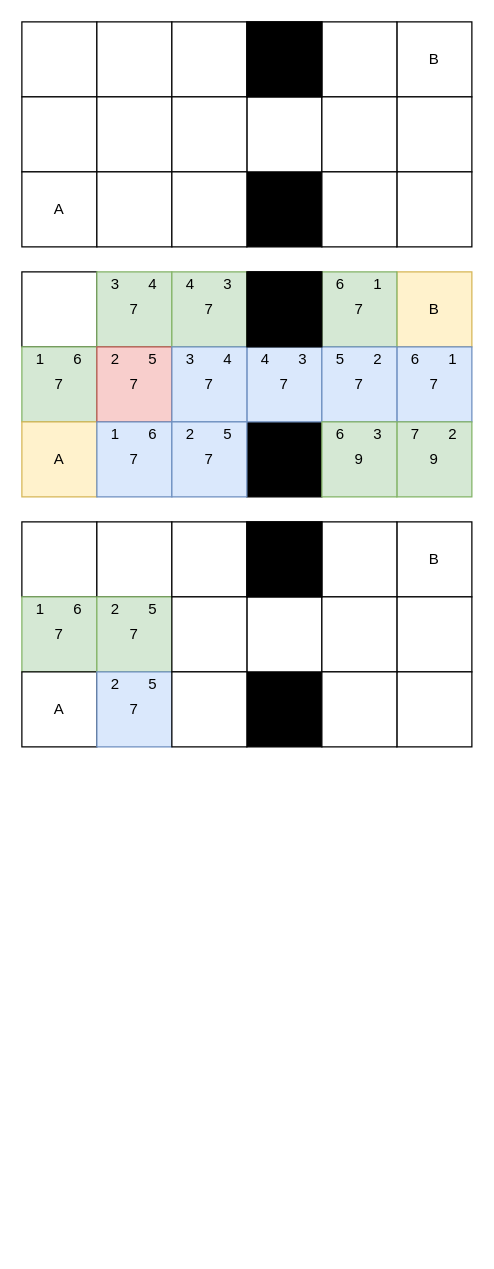
Above: draw.io/A*.drawio in bezmuth/civ-like-a (draw.io), before the change. Source tidied: cells renumbered, new cells numbered last; positions are measured from the earlier drawing's top-left corner, leaving out a move shared by most shapes. Both pictures are drawn from the tidied source at 125%, with x=0, y=0 at pixel (21, 21).
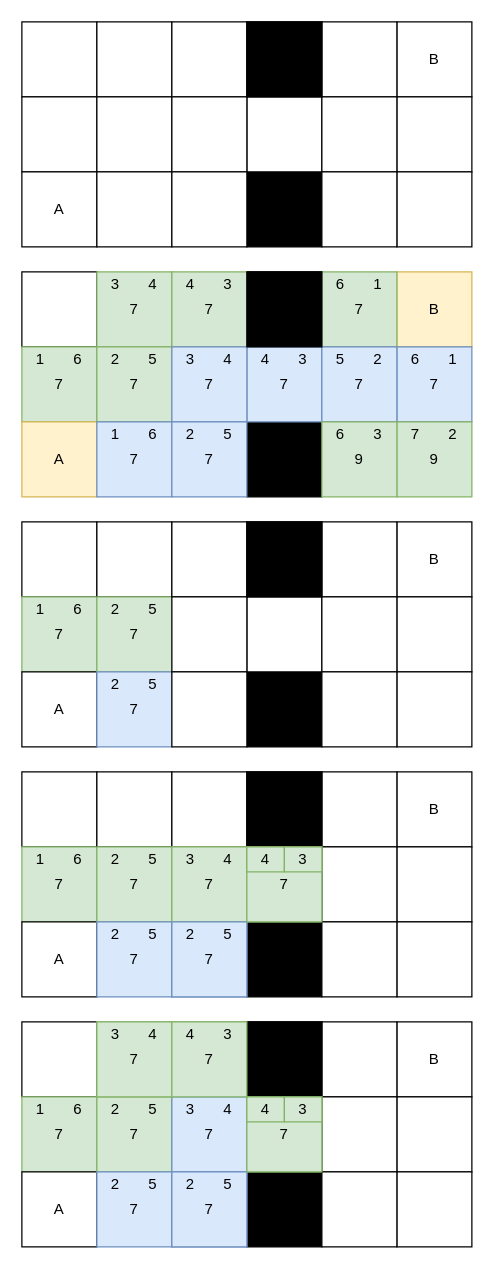
The same diagram, later.

The edit, as a diff of the source:
```diff
@@
-    <mxCell id="6" value="7" style="rounded=0;whiteSpace=wrap;html=1;fillColor=#f8cecc;strokeColor=#b85450;" parent="1" vertex="1">
+    <mxCell id="6" value="7" style="rounded=0;whiteSpace=wrap;html=1;fillColor=#d5e8d4;strokeColor=#82b366;" parent="1" vertex="1">
       <mxGeometry x="60" y="260" width="60" height="60" as="geometry" />
     </mxCell>
@@
+    <mxCell id="91" style="rounded=0;whiteSpace=wrap;html=1;" parent="1" vertex="1">
+      <mxGeometry y="600" width="60" height="60" as="geometry" />
+    </mxCell>
+    <mxCell id="92" value="7" style="rounded=0;whiteSpace=wrap;html=1;fillColor=#d5e8d4;strokeColor=#82b366;" parent="1" vertex="1">
+      <mxGeometry y="660" width="60" height="60" as="geometry" />
+    </mxCell>
+    <mxCell id="93" value="A" style="rounded=0;whiteSpace=wrap;html=1;" parent="1" vertex="1">
+      <mxGeometry y="720" width="60" height="60" as="geometry" />
+    </mxCell>
+    <mxCell id="94" style="rounded=0;whiteSpace=wrap;html=1;" parent="1" vertex="1">
+      <mxGeometry x="60" y="600" width="60" height="60" as="geometry" />
+    </mxCell>
+    <mxCell id="95" value="7" style="rounded=0;whiteSpace=wrap;html=1;fillColor=#d5e8d4;strokeColor=#82b366;" parent="1" vertex="1">
+      <mxGeometry x="60" y="660" width="60" height="60" as="geometry" />
+    </mxCell>
+    <mxCell id="96" value="7" style="rounded=0;whiteSpace=wrap;html=1;fillColor=#dae8fc;strokeColor=#6c8ebf;" parent="1" vertex="1">
+      <mxGeometry x="60" y="720" width="60" height="60" as="geometry" />
+    </mxCell>
+    <mxCell id="97" style="rounded=0;whiteSpace=wrap;html=1;" parent="1" vertex="1">
+      <mxGeometry x="180" y="600" width="60" height="60" as="geometry" />
+    </mxCell>
+    <mxCell id="98" style="rounded=0;whiteSpace=wrap;html=1;fillColor=#000000;" parent="1" vertex="1">
+      <mxGeometry x="180" y="720" width="60" height="60" as="geometry" />
+    </mxCell>
+    <mxCell id="99" style="rounded=0;whiteSpace=wrap;html=1;fillColor=#d5e8d4;strokeColor=#82b366;" parent="1" vertex="1">
+      <mxGeometry x="180" y="660" width="60" height="60" as="geometry" />
+    </mxCell>
+    <mxCell id="100" style="rounded=0;whiteSpace=wrap;html=1;" parent="1" vertex="1">
+      <mxGeometry x="120" y="600" width="60" height="60" as="geometry" />
+    </mxCell>
+    <mxCell id="101" style="rounded=0;whiteSpace=wrap;html=1;fillColor=#d5e8d4;strokeColor=#82b366;" parent="1" vertex="1">
+      <mxGeometry x="120" y="660" width="60" height="60" as="geometry" />
+    </mxCell>
+    <mxCell id="102" style="rounded=0;whiteSpace=wrap;html=1;fillColor=#dae8fc;strokeColor=#6c8ebf;" parent="1" vertex="1">
+      <mxGeometry x="120" y="720" width="60" height="60" as="geometry" />
+    </mxCell>
+    <mxCell id="103" value="B" style="rounded=0;whiteSpace=wrap;html=1;" parent="1" vertex="1">
+      <mxGeometry x="300" y="600" width="60" height="60" as="geometry" />
+    </mxCell>
+    <mxCell id="104" style="rounded=0;whiteSpace=wrap;html=1;" parent="1" vertex="1">
+      <mxGeometry x="300" y="660" width="60" height="60" as="geometry" />
+    </mxCell>
+    <mxCell id="105" style="rounded=0;whiteSpace=wrap;html=1;" parent="1" vertex="1">
+      <mxGeometry x="300" y="720" width="60" height="60" as="geometry" />
+    </mxCell>
+    <mxCell id="106" style="rounded=0;whiteSpace=wrap;html=1;" parent="1" vertex="1">
+      <mxGeometry x="240" y="600" width="60" height="60" as="geometry" />
+    </mxCell>
+    <mxCell id="107" style="rounded=0;whiteSpace=wrap;html=1;" parent="1" vertex="1">
+      <mxGeometry x="240" y="660" width="60" height="60" as="geometry" />
+    </mxCell>
+    <mxCell id="108" style="rounded=0;whiteSpace=wrap;html=1;" parent="1" vertex="1">
+      <mxGeometry x="240" y="720" width="60" height="60" as="geometry" />
+    </mxCell>
+    <mxCell id="109" style="rounded=0;whiteSpace=wrap;html=1;fillColor=#000000;" parent="1" vertex="1">
+      <mxGeometry x="180" y="600" width="60" height="60" as="geometry" />
+    </mxCell>
+    <mxCell id="110" value="1" style="text;html=1;strokeColor=none;fillColor=none;align=center;verticalAlign=middle;whiteSpace=wrap;rounded=0;" parent="1" vertex="1">
+      <mxGeometry y="660" width="30" height="20" as="geometry" />
+    </mxCell>
+    <mxCell id="111" value="6" style="text;html=1;strokeColor=none;fillColor=none;align=center;verticalAlign=middle;whiteSpace=wrap;rounded=0;" parent="1" vertex="1">
+      <mxGeometry x="30" y="660" width="30" height="20" as="geometry" />
+    </mxCell>
+    <mxCell id="112" value="2" style="text;html=1;strokeColor=none;fillColor=none;align=center;verticalAlign=middle;whiteSpace=wrap;rounded=0;" parent="1" vertex="1">
+      <mxGeometry x="60" y="660" width="30" height="20" as="geometry" />
+    </mxCell>
+    <mxCell id="113" value="5" style="text;html=1;strokeColor=none;fillColor=none;align=center;verticalAlign=middle;whiteSpace=wrap;rounded=0;" parent="1" vertex="1">
+      <mxGeometry x="90" y="660" width="30" height="20" as="geometry" />
+    </mxCell>
+    <mxCell id="114" value="2" style="text;html=1;strokeColor=none;fillColor=none;align=center;verticalAlign=middle;whiteSpace=wrap;rounded=0;" parent="1" vertex="1">
+      <mxGeometry x="60" y="720" width="30" height="20" as="geometry" />
+    </mxCell>
+    <mxCell id="115" value="5" style="text;html=1;strokeColor=none;fillColor=none;align=center;verticalAlign=middle;whiteSpace=wrap;rounded=0;" parent="1" vertex="1">
+      <mxGeometry x="90" y="720" width="30" height="20" as="geometry" />
+    </mxCell>
+    <mxCell id="116" value="7" style="rounded=0;whiteSpace=wrap;html=1;fillColor=#d5e8d4;strokeColor=#82b366;" parent="1" vertex="1">
+      <mxGeometry x="120" y="660" width="60" height="60" as="geometry" />
+    </mxCell>
+    <mxCell id="117" value="3" style="text;html=1;strokeColor=none;fillColor=none;align=center;verticalAlign=middle;whiteSpace=wrap;rounded=0;" parent="1" vertex="1">
+      <mxGeometry x="120" y="660" width="30" height="20" as="geometry" />
+    </mxCell>
+    <mxCell id="118" value="4" style="text;html=1;strokeColor=none;fillColor=none;align=center;verticalAlign=middle;whiteSpace=wrap;rounded=0;" parent="1" vertex="1">
+      <mxGeometry x="150" y="660" width="30" height="20" as="geometry" />
+    </mxCell>
+    <mxCell id="119" value="7" style="rounded=0;whiteSpace=wrap;html=1;fillColor=#dae8fc;strokeColor=#6c8ebf;" parent="1" vertex="1">
+      <mxGeometry x="120" y="720" width="60" height="60" as="geometry" />
+    </mxCell>
+    <mxCell id="120" value="2" style="text;html=1;strokeColor=none;fillColor=none;align=center;verticalAlign=middle;whiteSpace=wrap;rounded=0;" parent="1" vertex="1">
+      <mxGeometry x="120" y="720" width="30" height="20" as="geometry" />
+    </mxCell>
+    <mxCell id="121" value="5" style="text;html=1;strokeColor=none;fillColor=none;align=center;verticalAlign=middle;whiteSpace=wrap;rounded=0;" parent="1" vertex="1">
+      <mxGeometry x="150" y="720" width="30" height="20" as="geometry" />
+    </mxCell>
+    <mxCell id="122" value="7" style="rounded=0;whiteSpace=wrap;html=1;fillColor=#d5e8d4;strokeColor=#82b366;" parent="1" vertex="1">
+      <mxGeometry x="180" y="660" width="60" height="60" as="geometry" />
+    </mxCell>
+    <mxCell id="123" value="4" style="text;html=1;strokeColor=#82b366;fillColor=#d5e8d4;align=center;verticalAlign=middle;whiteSpace=wrap;rounded=0;" parent="1" vertex="1">
+      <mxGeometry x="180" y="660" width="30" height="20" as="geometry" />
+    </mxCell>
+    <mxCell id="124" value="3" style="text;html=1;strokeColor=#82b366;fillColor=#d5e8d4;align=center;verticalAlign=middle;whiteSpace=wrap;rounded=0;" parent="1" vertex="1">
+      <mxGeometry x="210" y="660" width="30" height="20" as="geometry" />
+    </mxCell>
+    <mxCell id="125" style="rounded=0;whiteSpace=wrap;html=1;" parent="1" vertex="1">
+      <mxGeometry y="800" width="60" height="60" as="geometry" />
+    </mxCell>
+    <mxCell id="126" value="7" style="rounded=0;whiteSpace=wrap;html=1;fillColor=#d5e8d4;strokeColor=#82b366;" parent="1" vertex="1">
+      <mxGeometry y="860" width="60" height="60" as="geometry" />
+    </mxCell>
+    <mxCell id="127" value="A" style="rounded=0;whiteSpace=wrap;html=1;" parent="1" vertex="1">
+      <mxGeometry y="920" width="60" height="60" as="geometry" />
+    </mxCell>
+    <mxCell id="128" style="rounded=0;whiteSpace=wrap;html=1;fillColor=#d5e8d4;strokeColor=#82b366;" parent="1" vertex="1">
+      <mxGeometry x="60" y="800" width="60" height="60" as="geometry" />
+    </mxCell>
+    <mxCell id="129" value="7" style="rounded=0;whiteSpace=wrap;html=1;fillColor=#d5e8d4;strokeColor=#82b366;" parent="1" vertex="1">
+      <mxGeometry x="60" y="860" width="60" height="60" as="geometry" />
+    </mxCell>
+    <mxCell id="130" value="7" style="rounded=0;whiteSpace=wrap;html=1;fillColor=#dae8fc;strokeColor=#6c8ebf;" parent="1" vertex="1">
+      <mxGeometry x="60" y="920" width="60" height="60" as="geometry" />
+    </mxCell>
+    <mxCell id="131" style="rounded=0;whiteSpace=wrap;html=1;" parent="1" vertex="1">
+      <mxGeometry x="180" y="800" width="60" height="60" as="geometry" />
+    </mxCell>
+    <mxCell id="132" style="rounded=0;whiteSpace=wrap;html=1;fillColor=#000000;" parent="1" vertex="1">
+      <mxGeometry x="180" y="920" width="60" height="60" as="geometry" />
+    </mxCell>
+    <mxCell id="133" style="rounded=0;whiteSpace=wrap;html=1;fillColor=#d5e8d4;strokeColor=#82b366;" parent="1" vertex="1">
+      <mxGeometry x="180" y="860" width="60" height="60" as="geometry" />
+    </mxCell>
+    <mxCell id="134" style="rounded=0;whiteSpace=wrap;html=1;fillColor=#d5e8d4;strokeColor=#82b366;" parent="1" vertex="1">
+      <mxGeometry x="120" y="800" width="60" height="60" as="geometry" />
+    </mxCell>
+    <mxCell id="135" style="rounded=0;whiteSpace=wrap;html=1;fillColor=#d5e8d4;strokeColor=#82b366;" parent="1" vertex="1">
+      <mxGeometry x="120" y="860" width="60" height="60" as="geometry" />
+    </mxCell>
+    <mxCell id="136" style="rounded=0;whiteSpace=wrap;html=1;fillColor=#dae8fc;strokeColor=#6c8ebf;" parent="1" vertex="1">
+      <mxGeometry x="120" y="920" width="60" height="60" as="geometry" />
+    </mxCell>
+    <mxCell id="137" value="B" style="rounded=0;whiteSpace=wrap;html=1;" parent="1" vertex="1">
+      <mxGeometry x="300" y="800" width="60" height="60" as="geometry" />
+    </mxCell>
+    <mxCell id="138" style="rounded=0;whiteSpace=wrap;html=1;" parent="1" vertex="1">
+      <mxGeometry x="300" y="860" width="60" height="60" as="geometry" />
+    </mxCell>
+    <mxCell id="139" style="rounded=0;whiteSpace=wrap;html=1;" parent="1" vertex="1">
+      <mxGeometry x="300" y="920" width="60" height="60" as="geometry" />
+    </mxCell>
+    <mxCell id="140" style="rounded=0;whiteSpace=wrap;html=1;" parent="1" vertex="1">
+      <mxGeometry x="240" y="800" width="60" height="60" as="geometry" />
+    </mxCell>
+    <mxCell id="141" style="rounded=0;whiteSpace=wrap;html=1;" parent="1" vertex="1">
+      <mxGeometry x="240" y="860" width="60" height="60" as="geometry" />
+    </mxCell>
+    <mxCell id="142" style="rounded=0;whiteSpace=wrap;html=1;" parent="1" vertex="1">
+      <mxGeometry x="240" y="920" width="60" height="60" as="geometry" />
+    </mxCell>
+    <mxCell id="143" style="rounded=0;whiteSpace=wrap;html=1;fillColor=#000000;" parent="1" vertex="1">
+      <mxGeometry x="180" y="800" width="60" height="60" as="geometry" />
+    </mxCell>
+    <mxCell id="144" value="1" style="text;html=1;strokeColor=none;fillColor=none;align=center;verticalAlign=middle;whiteSpace=wrap;rounded=0;" parent="1" vertex="1">
+      <mxGeometry y="860" width="30" height="20" as="geometry" />
+    </mxCell>
+    <mxCell id="145" value="6" style="text;html=1;strokeColor=none;fillColor=none;align=center;verticalAlign=middle;whiteSpace=wrap;rounded=0;" parent="1" vertex="1">
+      <mxGeometry x="30" y="860" width="30" height="20" as="geometry" />
+    </mxCell>
+    <mxCell id="146" value="2" style="text;html=1;strokeColor=none;fillColor=none;align=center;verticalAlign=middle;whiteSpace=wrap;rounded=0;" parent="1" vertex="1">
+      <mxGeometry x="60" y="860" width="30" height="20" as="geometry" />
+    </mxCell>
+    <mxCell id="147" value="5" style="text;html=1;strokeColor=none;fillColor=none;align=center;verticalAlign=middle;whiteSpace=wrap;rounded=0;" parent="1" vertex="1">
+      <mxGeometry x="90" y="860" width="30" height="20" as="geometry" />
+    </mxCell>
+    <mxCell id="148" value="2" style="text;html=1;strokeColor=none;fillColor=none;align=center;verticalAlign=middle;whiteSpace=wrap;rounded=0;" parent="1" vertex="1">
+      <mxGeometry x="60" y="920" width="30" height="20" as="geometry" />
+    </mxCell>
+    <mxCell id="149" value="5" style="text;html=1;strokeColor=none;fillColor=none;align=center;verticalAlign=middle;whiteSpace=wrap;rounded=0;" parent="1" vertex="1">
+      <mxGeometry x="90" y="920" width="30" height="20" as="geometry" />
+    </mxCell>
+    <mxCell id="150" value="7" style="rounded=0;whiteSpace=wrap;html=1;fillColor=#dae8fc;strokeColor=#6c8ebf;" parent="1" vertex="1">
+      <mxGeometry x="120" y="860" width="60" height="60" as="geometry" />
+    </mxCell>
+    <mxCell id="151" value="3" style="text;html=1;strokeColor=none;fillColor=none;align=center;verticalAlign=middle;whiteSpace=wrap;rounded=0;" parent="1" vertex="1">
+      <mxGeometry x="120" y="860" width="30" height="20" as="geometry" />
+    </mxCell>
+    <mxCell id="152" value="4" style="text;html=1;strokeColor=none;fillColor=none;align=center;verticalAlign=middle;whiteSpace=wrap;rounded=0;" parent="1" vertex="1">
+      <mxGeometry x="150" y="860" width="30" height="20" as="geometry" />
+    </mxCell>
+    <mxCell id="153" value="7" style="rounded=0;whiteSpace=wrap;html=1;fillColor=#dae8fc;strokeColor=#6c8ebf;" parent="1" vertex="1">
+      <mxGeometry x="120" y="920" width="60" height="60" as="geometry" />
+    </mxCell>
+    <mxCell id="154" value="2" style="text;html=1;strokeColor=none;fillColor=none;align=center;verticalAlign=middle;whiteSpace=wrap;rounded=0;" parent="1" vertex="1">
+      <mxGeometry x="120" y="920" width="30" height="20" as="geometry" />
+    </mxCell>
+    <mxCell id="155" value="5" style="text;html=1;strokeColor=none;fillColor=none;align=center;verticalAlign=middle;whiteSpace=wrap;rounded=0;" parent="1" vertex="1">
+      <mxGeometry x="150" y="920" width="30" height="20" as="geometry" />
+    </mxCell>
+    <mxCell id="156" value="7" style="rounded=0;whiteSpace=wrap;html=1;fillColor=#d5e8d4;strokeColor=#82b366;" parent="1" vertex="1">
+      <mxGeometry x="180" y="860" width="60" height="60" as="geometry" />
+    </mxCell>
+    <mxCell id="157" value="4" style="text;html=1;strokeColor=#82b366;fillColor=#d5e8d4;align=center;verticalAlign=middle;whiteSpace=wrap;rounded=0;" parent="1" vertex="1">
+      <mxGeometry x="180" y="860" width="30" height="20" as="geometry" />
+    </mxCell>
+    <mxCell id="158" value="3" style="text;html=1;strokeColor=#82b366;fillColor=#d5e8d4;align=center;verticalAlign=middle;whiteSpace=wrap;rounded=0;" parent="1" vertex="1">
+      <mxGeometry x="210" y="860" width="30" height="20" as="geometry" />
+    </mxCell>
+    <mxCell id="159" value="7" style="rounded=0;whiteSpace=wrap;html=1;fillColor=#d5e8d4;strokeColor=#82b366;" parent="1" vertex="1">
+      <mxGeometry x="60" y="800" width="60" height="60" as="geometry" />
+    </mxCell>
+    <mxCell id="160" value="3" style="text;html=1;strokeColor=none;fillColor=none;align=center;verticalAlign=middle;whiteSpace=wrap;rounded=0;" parent="1" vertex="1">
+      <mxGeometry x="60" y="800" width="30" height="20" as="geometry" />
+    </mxCell>
+    <mxCell id="161" value="4" style="text;html=1;strokeColor=none;fillColor=none;align=center;verticalAlign=middle;whiteSpace=wrap;rounded=0;" parent="1" vertex="1">
+      <mxGeometry x="90" y="800" width="30" height="20" as="geometry" />
+    </mxCell>
+    <mxCell id="162" value="7" style="rounded=0;whiteSpace=wrap;html=1;fillColor=#d5e8d4;strokeColor=#82b366;" parent="1" vertex="1">
+      <mxGeometry x="120" y="800" width="60" height="60" as="geometry" />
+    </mxCell>
+    <mxCell id="163" value="4" style="text;html=1;strokeColor=none;fillColor=none;align=center;verticalAlign=middle;whiteSpace=wrap;rounded=0;" parent="1" vertex="1">
+      <mxGeometry x="120" y="800" width="30" height="20" as="geometry" />
+    </mxCell>
+    <mxCell id="164" value="3" style="text;html=1;strokeColor=none;fillColor=none;align=center;verticalAlign=middle;whiteSpace=wrap;rounded=0;" parent="1" vertex="1">
+      <mxGeometry x="150" y="800" width="30" height="20" as="geometry" />
+    </mxCell>
```
